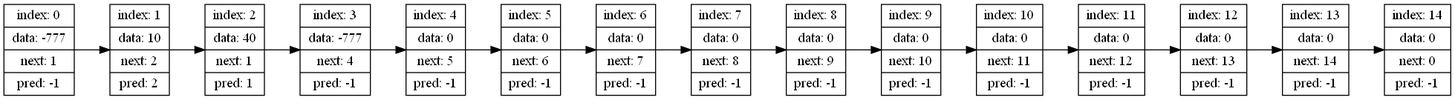
Before: list.png, a diagram exported from Graphviz (nurikyet/List1). Its source is kept beside it as list.dot.
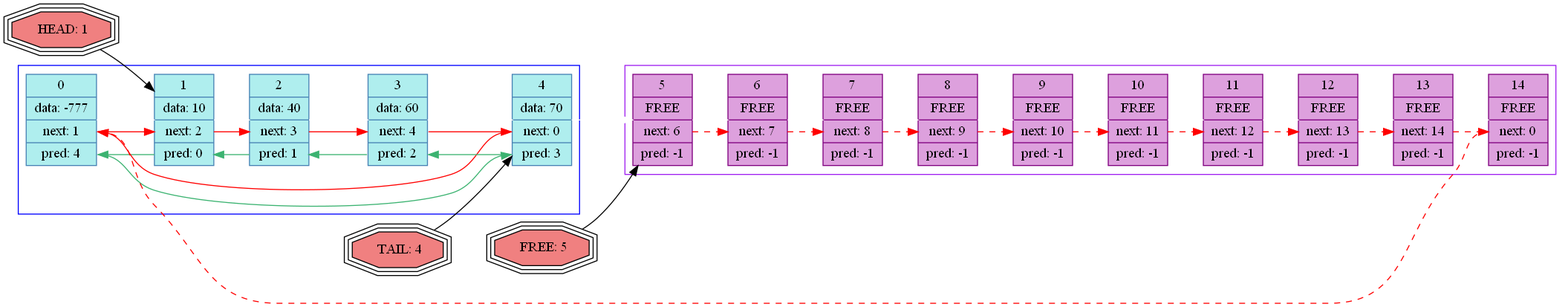
After the change.

What changed in the source:
```diff
@@ -1,19 +1,66 @@
 digraph G{
   rankdir=LR;
-  0 [shape=record, label=" index: 0 | data: -777| next: 1| pred: -1"];
-  1 [shape=record, label=" index: 1 | data: 10| next: 2| pred: 2"];
-  2 [shape=record, label=" index: 2 | data: 40| next: 1| pred: 1"];
-  3 [shape=record, label=" index: 3 | data: -777| next: 4| pred: -1"];
-  4 [shape=record, label=" index: 4 | data: 0| next: 5| pred: -1"];
-  5 [shape=record, label=" index: 5 | data: 0| next: 6| pred: -1"];
-  6 [shape=record, label=" index: 6 | data: 0| next: 7| pred: -1"];
-  7 [shape=record, label=" index: 7 | data: 0| next: 8| pred: -1"];
-  8 [shape=record, label=" index: 8 | data: 0| next: 9| pred: -1"];
-  9 [shape=record, label=" index: 9 | data: 0| next: 10| pred: -1"];
-  10 [shape=record, label=" index: 10 | data: 0| next: 11| pred: -1"];
-  11 [shape=record, label=" index: 11 | data: 0| next: 12| pred: -1"];
-  12 [shape=record, label=" index: 12 | data: 0| next: 13| pred: -1"];
-  13 [shape=record, label=" index: 13 | data: 0| next: 14| pred: -1"];
-  14 [shape=record, label=" index: 14 | data: 0| next: 0| pred: -1"];
-  0 -> 1 -> 2 -> 3 -> 4 -> 5 -> 6 -> 7 -> 8 -> 9 -> 10 -> 11 -> 12 -> 13 -> 14;
+  subgraph cluster0 {
+      node [color = "#4682B4", fontsize=14];
+      0 [shape=record, style="filled", fillcolor="#AFEEEE", label=" 0 | data: -777| <f0> next: 1| <f00> pred: 4"];
+      1 [shape=record, style="filled", fillcolor="#AFEEEE", label=" 1 | data: 10| <f1> next: 2| <f11> pred: 0"];
+      2 [shape=record, style="filled", fillcolor="#AFEEEE", label=" 2 | data: 40| <f2> next: 3| <f22> pred: 1"];
+      3 [shape=record, style="filled", fillcolor="#AFEEEE", label=" 3 | data: 60| <f3> next: 4| <f33> pred: 2"];
+      4 [shape=record, style="filled", fillcolor="#AFEEEE", label=" 4 | data: 70| <f4> next: 0| <f44> pred: 3"];
+      color=blue;
+  }
+  subgraph cluster1 {
+      node [color = "#800080", fontsize=14];
+      5 [shape=record, style="filled", fillcolor="#DDA0DD", label=" 5 | FREE | <f5> next: 6| pred: -1"];
+      6 [shape=record, style="filled", fillcolor="#DDA0DD", label=" 6 | FREE | <f6> next: 7| pred: -1"];
+      7 [shape=record, style="filled", fillcolor="#DDA0DD", label=" 7 | FREE | <f7> next: 8| pred: -1"];
+      8 [shape=record, style="filled", fillcolor="#DDA0DD", label=" 8 | FREE | <f8> next: 9| pred: -1"];
+      9 [shape=record, style="filled", fillcolor="#DDA0DD", label=" 9 | FREE | <f9> next: 10| pred: -1"];
+      10 [shape=record, style="filled", fillcolor="#DDA0DD", label=" 10 | FREE | <f10> next: 11| pred: -1"];
+      11 [shape=record, style="filled", fillcolor="#DDA0DD", label=" 11 | FREE | <f11> next: 12| pred: -1"];
+      12 [shape=record, style="filled", fillcolor="#DDA0DD", label=" 12 | FREE | <f12> next: 13| pred: -1"];
+      13 [shape=record, style="filled", fillcolor="#DDA0DD", label=" 13 | FREE | <f13> next: 14| pred: -1"];
+      14 [shape=record, style="filled", fillcolor="#DDA0DD", label=" 14 | FREE | <f14> next: 0| pred: -1"];
+      color=purple;
+  }
+      free [shape=tripleoctagon, style="filled", fillcolor="#F08080", label=" FREE: 5"];
+      head [shape=tripleoctagon, style="filled", fillcolor="#F08080", label=" HEAD: 1"];
+      tail [shape=tripleoctagon, style="filled", fillcolor="#F08080", label=" TAIL: 4"];
+  0 -> 1[color="white", weight = 1000]
+  1 -> 2[color="white", weight = 1000]
+  2 -> 3[color="white", weight = 1000]
+  3 -> 4[color="white", weight = 1000]
+  4 -> 5[color="white", weight = 1000]
+  5 -> 6[color="white", weight = 1000]
+  6 -> 7[color="white", weight = 1000]
+  7 -> 8[color="white", weight = 1000]
+  8 -> 9[color="white", weight = 1000]
+  9 -> 10[color="white", weight = 1000]
+  10 -> 11[color="white", weight = 1000]
+  11 -> 12[color="white", weight = 1000]
+  12 -> 13[color="white", weight = 1000]
+  13 -> 14[color="white", weight = 1000]
+0:<f0> -> 1:<f1>[color="red", weight = 200]
+1:<f1> -> 2:<f2>[color="red", weight = 200]
+2:<f2> -> 3:<f3>[color="red", weight = 200]
+3:<f3> -> 4:<f4>[color="red", weight = 200]
+4:<f4> -> 0:<f0>[color="red", weight = 200]
+5:<f5> -> 6:<f6>[style="dashed", color="red", weight = 200]
+6:<f6> -> 7:<f7>[style="dashed", color="red", weight = 200]
+7:<f7> -> 8:<f8>[style="dashed", color="red", weight = 200]
+8:<f8> -> 9:<f9>[style="dashed", color="red", weight = 200]
+9:<f9> -> 10:<f10>[style="dashed", color="red", weight = 200]
+10:<f10> -> 11:<f11>[style="dashed", color="red", weight = 200]
+11:<f11> -> 12:<f12>[style="dashed", color="red", weight = 200]
+12:<f12> -> 13:<f13>[style="dashed", color="red", weight = 200]
+13:<f13> -> 14:<f14>[style="dashed", color="red", weight = 200]
+14:<f14> -> 0:<f0>[style="dashed", color="red", weight = 200]
+0:<f00> -> 4:<f44>[color="#3CB371", weight = 100]
+1:<f11> -> 0:<f00>[color="#3CB371", weight = 100]
+2:<f22> -> 1:<f11>[color="#3CB371", weight = 100]
+3:<f33> -> 2:<f22>[color="#3CB371", weight = 100]
+4:<f44> -> 3:<f33>[color="#3CB371", weight = 100]
+free -> 5
+head -> 1
+tail -> 4
 }
```
